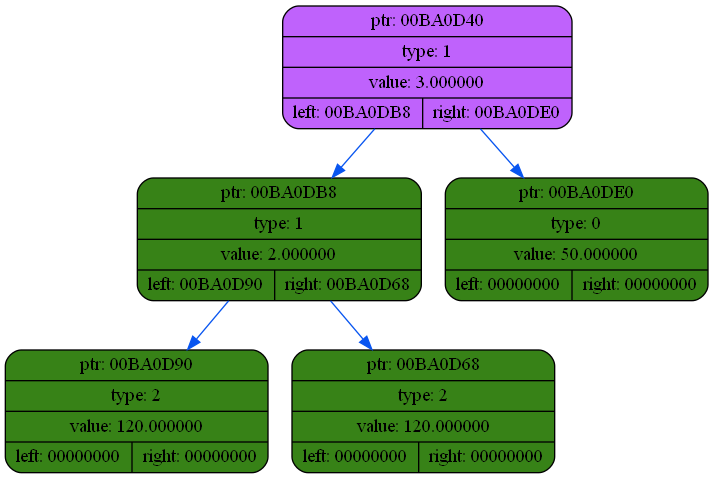
This is dump/dump1.png from coffee8cat/differentiator, a Graphviz export, as it was before one commit. Its source is kept beside it as dump/dump1.dot.
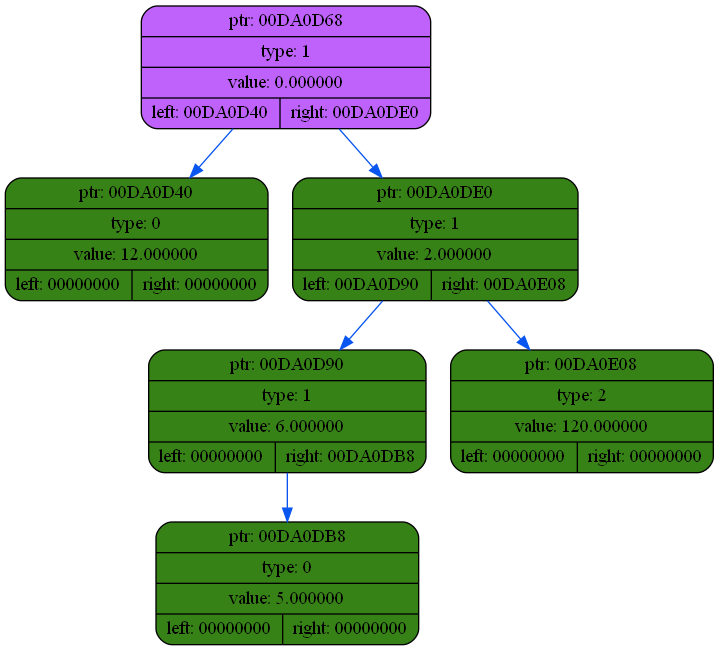
Later version of the same file.

Change to the diagram source:
```diff
@@ -2,13 +2,15 @@
 {
     rankdir=TP
 
-        node00BA0D40[shape=record,style="rounded,filled",fillcolor="#BF62FC",label="{ ptr: 00BA0D40 | type: 1 | value: 3.000000| { left: 00BA0DB8 | right: 00BA0DE0 }}"];
-    node00BA0D40 -> node00BA0DB8[color="#0855F0"]
-    node00BA0DB8[shape=record,style="rounded,filled",fillcolor="#378217",label="{ ptr: 00BA0DB8 | type: 1 | value: 2.000000| { left: 00BA0D90 | right: 00BA0D68 }}"];
-    node00BA0DB8 -> node00BA0D90[color="#0855F0"]
-    node00BA0D90[shape=record,style="rounded,filled",fillcolor="#378217",label="{ ptr: 00BA0D90 | type: 2 | value: 120.000000| { left: 00000000 | right: 00000000 }}"];
-    node00BA0DB8 -> node00BA0D68[color="#0855F0"]
-    node00BA0D68[shape=record,style="rounded,filled",fillcolor="#378217",label="{ ptr: 00BA0D68 | type: 2 | value: 120.000000| { left: 00000000 | right: 00000000 }}"];
-    node00BA0D40 -> node00BA0DE0[color="#0855F0"]
-    node00BA0DE0[shape=record,style="rounded,filled",fillcolor="#378217",label="{ ptr: 00BA0DE0 | type: 0 | value: 50.000000| { left: 00000000 | right: 00000000 }}"];
+        node00DA0D68[shape=record,style="rounded,filled",fillcolor="#BF62FC",label="{ ptr: 00DA0D68 | type: 1 | value: 0.000000| { left: 00DA0D40 | right: 00DA0DE0 }}"];
+    node00DA0D68 -> node00DA0D40[color="#0855F0"]
+    node00DA0D40[shape=record,style="rounded,filled",fillcolor="#378217",label="{ ptr: 00DA0D40 | type: 0 | value: 12.000000| { left: 00000000 | right: 00000000 }}"];
+    node00DA0D68 -> node00DA0DE0[color="#0855F0"]
+    node00DA0DE0[shape=record,style="rounded,filled",fillcolor="#378217",label="{ ptr: 00DA0DE0 | type: 1 | value: 2.000000| { left: 00DA0D90 | right: 00DA0E08 }}"];
+    node00DA0DE0 -> node00DA0D90[color="#0855F0"]
+    node00DA0D90[shape=record,style="rounded,filled",fillcolor="#378217",label="{ ptr: 00DA0D90 | type: 1 | value: 6.000000| { left: 00000000 | right: 00DA0DB8 }}"];
+    node00DA0D90 -> node00DA0DB8[color="#0855F0"]
+    node00DA0DB8[shape=record,style="rounded,filled",fillcolor="#378217",label="{ ptr: 00DA0DB8 | type: 0 | value: 5.000000| { left: 00000000 | right: 00000000 }}"];
+    node00DA0DE0 -> node00DA0E08[color="#0855F0"]
+    node00DA0E08[shape=record,style="rounded,filled",fillcolor="#378217",label="{ ptr: 00DA0E08 | type: 2 | value: 120.000000| { left: 00000000 | right: 00000000 }}"];
 }
```
